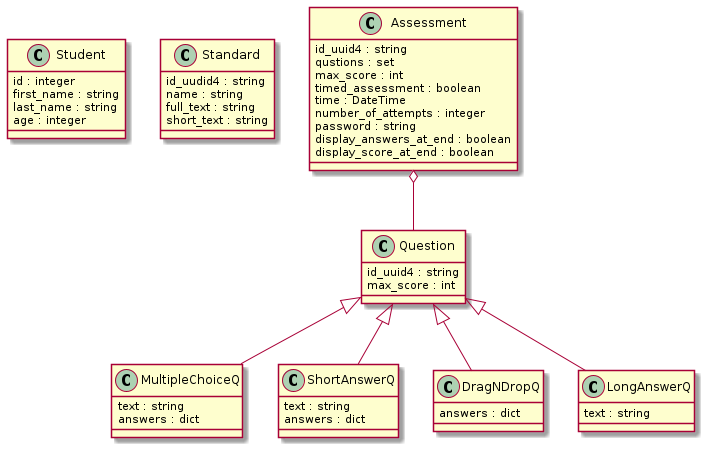
Earlier version of the PlantUML export classes.png (tfree87/LibreEd). Source of this version:
```plantuml
@startuml

class Student {
id : integer
first_name : string
last_name : string
age : integer
}

class Standard {
id_uudid4 : string
name : string
full_text : string
short_text : string
}

class Assessment {
id_uuid4 : string
qustions : set
max_score : int
timed_assessment : boolean
time : DateTime
number_of_attempts : integer
password : string
display_answers_at_end : boolean
display_score_at_end : boolean
}

class Question {
id_uuid4 : string
max_score : int
}

class MultipleChoiceQ {
text : string
answers : dict
}

class ShortAnswerQ {
text : string
answers : dict
}

class DragNDropQ {
answers : dict
}

class LongAnswerQ {
text : string
}

Assessment o-- Question
Question <|-- ShortAnswerQ
Question <|-- MultipleChoiceQ
Question <|-- DragNDropQ
Question <|-- LongAnswerQ

@enduml
```
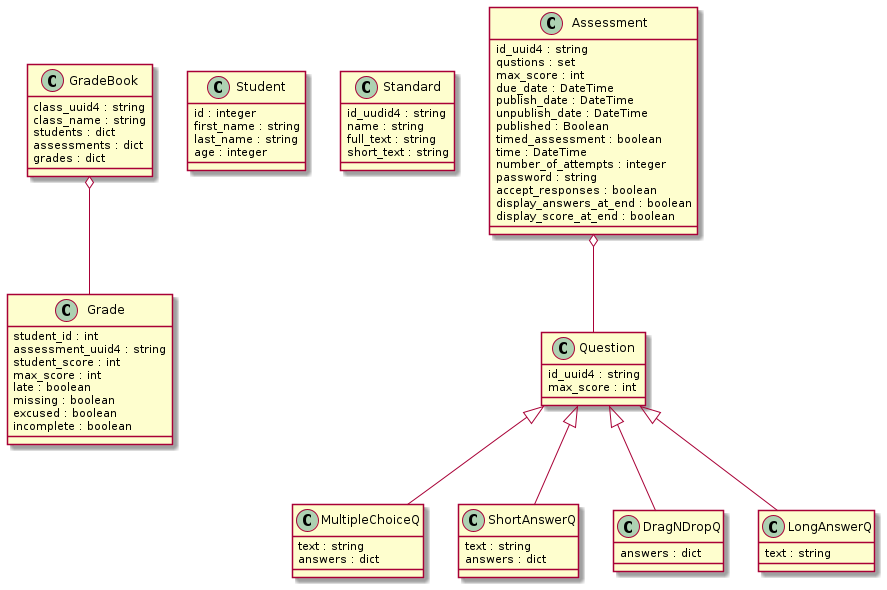
After the change.

Commit message:
Updated classes diagram

Change to the diagram source:
```diff
@@ -1,4 +1,23 @@
 @startuml
+
+class GradeBook {
+class_uuid4 : string
+class_name : string
+students : dict
+assessments : dict
+grades : dict
+}
+
+class Grade {
+student_id : int
+assessment_uuid4 : string
+student_score : int
+max_score : int
+late : boolean
+missing : boolean
+excused : boolean
+incomplete : boolean
+}
 
 class Student {
 id : integer
@@ -18,10 +37,15 @@
 id_uuid4 : string
 qustions : set
 max_score : int
+due_date : DateTime
+publish_date : DateTime
+unpublish_date : DateTime
+published : Boolean
 timed_assessment : boolean
 time : DateTime
 number_of_attempts : integer
 password : string
+accept_responses : boolean
 display_answers_at_end : boolean
 display_score_at_end : boolean
 }
@@ -55,4 +79,6 @@
 Question <|-- DragNDropQ
 Question <|-- LongAnswerQ
 
+GradeBook o-- Grade
+
 @enduml
```
